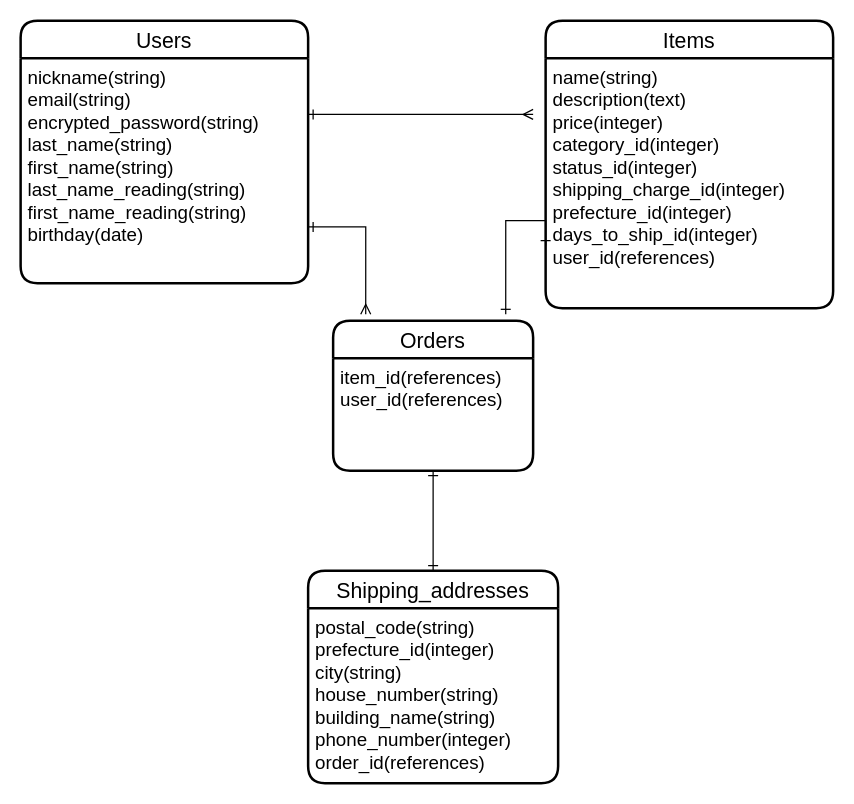
Above: furima.dio in tomiyoshi0602/furima-34263 (draw.io), before the change. Source tidied: cells renumbered, new cells numbered last; positions are measured from the earlier drawing's top-left corner, leaving out a move shared by most shapes. Both pictures are drawn from the tidied source at 125%, with x=0, y=0 at pixel (20, 20).
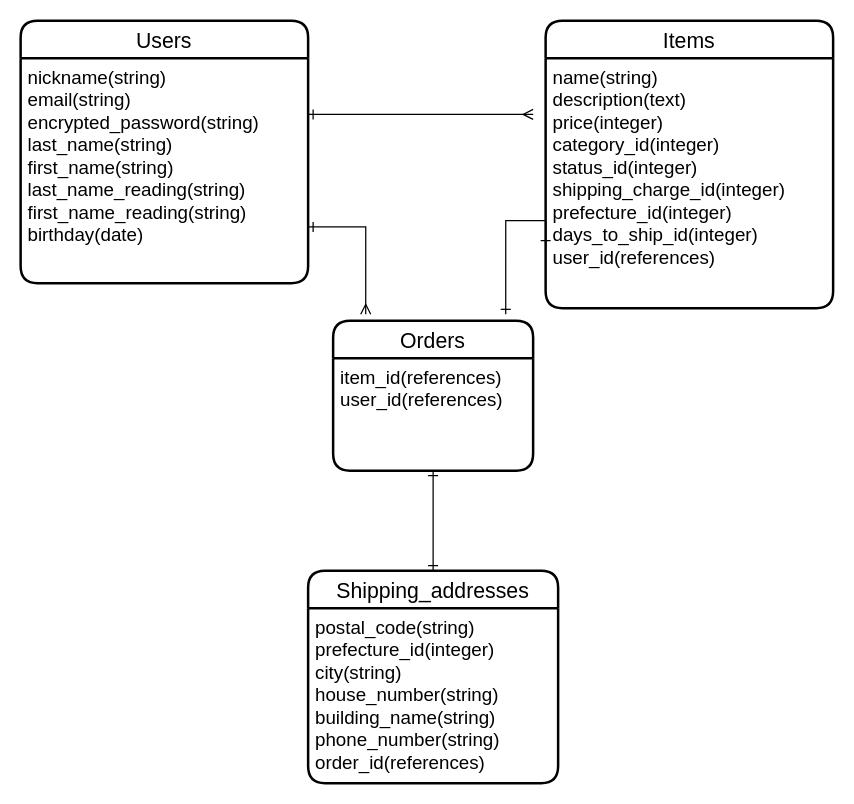
The same diagram, later.

What changed in the source:
```diff
@@
 <mxGraphModel>
   <root>
     <mxCell id="0" />
     <mxCell id="1" parent="0" />
     <mxCell id="2" value="Users" style="swimlane;horizontal=1;startSize=30;rounded=1;fontSize=17;fontStyle=0;strokeWidth=2;shadow=0;dashed=0;align=center;" parent="1" vertex="1">
       <mxGeometry width="230" height="210" as="geometry" />
     </mxCell>
     <mxCell id="3" value="nickname(string)&#10;email(string)&#10;encrypted_password(string)&#10;last_name(string)&#10;first_name(string)&#10;last_name_reading(string)&#10;first_name_reading(string)&#10;birthday(date)" style="align=left;strokeColor=none;fillColor=none;spacingLeft=4;fontSize=15;verticalAlign=top;" parent="2" vertex="1">
       <mxGeometry y="30" width="230" height="180" as="geometry" />
     </mxCell>
     <mxCell id="4" value="Items" style="swimlane;horizontal=1;startSize=30;rounded=1;fontSize=17;fontStyle=0;strokeWidth=2;shadow=0;dashed=0;align=center;" parent="1" vertex="1">
       <mxGeometry x="420" width="230" height="230" as="geometry" />
     </mxCell>
     <mxCell id="5" value="name(string)&#10;description(text)&#10;price(integer)&#10;category_id(integer)&#10;status_id(integer)&#10;shipping_charge_id(integer)&#10;prefecture_id(integer)&#10;days_to_ship_id(integer)&#10;user_id(references)" style="align=left;strokeColor=none;fillColor=none;spacingLeft=4;fontSize=15;verticalAlign=top;" parent="4" vertex="1">
       <mxGeometry y="30" width="230" height="200" as="geometry" />
     </mxCell>
     <mxCell id="6" value="Orders" style="swimlane;horizontal=1;startSize=30;rounded=1;fontSize=17;fontStyle=0;strokeWidth=2;shadow=0;dashed=0;align=center;" parent="1" vertex="1">
       <mxGeometry x="250" y="240" width="160" height="120" as="geometry" />
     </mxCell>
     <mxCell id="7" value="item_id(references)&#10;user_id(references)" style="align=left;strokeColor=none;fillColor=none;spacingLeft=4;fontSize=15;verticalAlign=top;" parent="6" vertex="1">
       <mxGeometry y="30" width="160" height="90" as="geometry" />
     </mxCell>
     <mxCell id="8" value="Shipping_addresses" style="swimlane;horizontal=1;startSize=30;rounded=1;fontSize=17;fontStyle=0;strokeWidth=2;shadow=0;dashed=0;align=center;" parent="1" vertex="1">
       <mxGeometry x="230" y="440" width="200" height="170" as="geometry" />
     </mxCell>
-    <mxCell id="9" value="postal_code(string)&#10;prefecture_id(integer)&#10;city(string)&#10;house_number(string)&#10;building_name(string)&#10;phone_number(integer)&#10;order_id(references)" style="align=left;strokeColor=none;fillColor=none;spacingLeft=4;fontSize=15;verticalAlign=top;" parent="8" vertex="1">
+    <mxCell id="9" value="postal_code(string)&#10;prefecture_id(integer)&#10;city(string)&#10;house_number(string)&#10;building_name(string)&#10;phone_number(string)&#10;order_id(references)" style="align=left;strokeColor=none;fillColor=none;spacingLeft=4;fontSize=15;verticalAlign=top;" parent="8" vertex="1">
       <mxGeometry y="30" width="200" height="140" as="geometry" />
     </mxCell>
     <mxCell id="10" style="edgeStyle=orthogonalEdgeStyle;rounded=0;jettySize=auto;html=1;exitX=1;exitY=0.75;exitDx=0;exitDy=0;entryX=0.163;entryY=-0.042;entryDx=0;entryDy=0;entryPerimeter=0;startArrow=ERone;startFill=0;endArrow=ERmany;endFill=0;fontSize=15;" parent="1" edge="1" source="3" target="6">
       <mxGeometry relative="1" as="geometry" />
     </mxCell>
     <mxCell id="11" style="edgeStyle=orthogonalEdgeStyle;rounded=0;jettySize=auto;html=1;exitX=0;exitY=0.75;exitDx=0;exitDy=0;entryX=0.863;entryY=-0.042;entryDx=0;entryDy=0;entryPerimeter=0;startArrow=ERone;startFill=0;endArrow=ERone;endFill=0;fontSize=15;" parent="1" edge="1" source="5" target="6">
       <mxGeometry relative="1" as="geometry">
         <Array as="points">
           <mxPoint x="420" y="160" />
           <mxPoint x="388" y="160" />
         </Array>
       </mxGeometry>
     </mxCell>
     <mxCell id="12" style="edgeStyle=orthogonalEdgeStyle;rounded=0;jettySize=auto;html=1;exitX=1;exitY=0.25;exitDx=0;exitDy=0;startArrow=ERone;startFill=0;endArrow=ERmany;endFill=0;fontSize=15;" parent="1" edge="1" source="3">
       <mxGeometry relative="1" as="geometry">
         <mxPoint x="410" y="75" as="targetPoint" />
       </mxGeometry>
     </mxCell>
     <mxCell id="13" style="edgeStyle=orthogonalEdgeStyle;rounded=0;jettySize=auto;html=1;exitX=0.5;exitY=1;exitDx=0;exitDy=0;entryX=0.5;entryY=0;entryDx=0;entryDy=0;startArrow=ERone;startFill=0;endArrow=ERone;endFill=0;fontSize=15;" parent="1" edge="1" source="7" target="8">
       <mxGeometry relative="1" as="geometry" />
     </mxCell>
   </root>
 </mxGraphModel>
```
